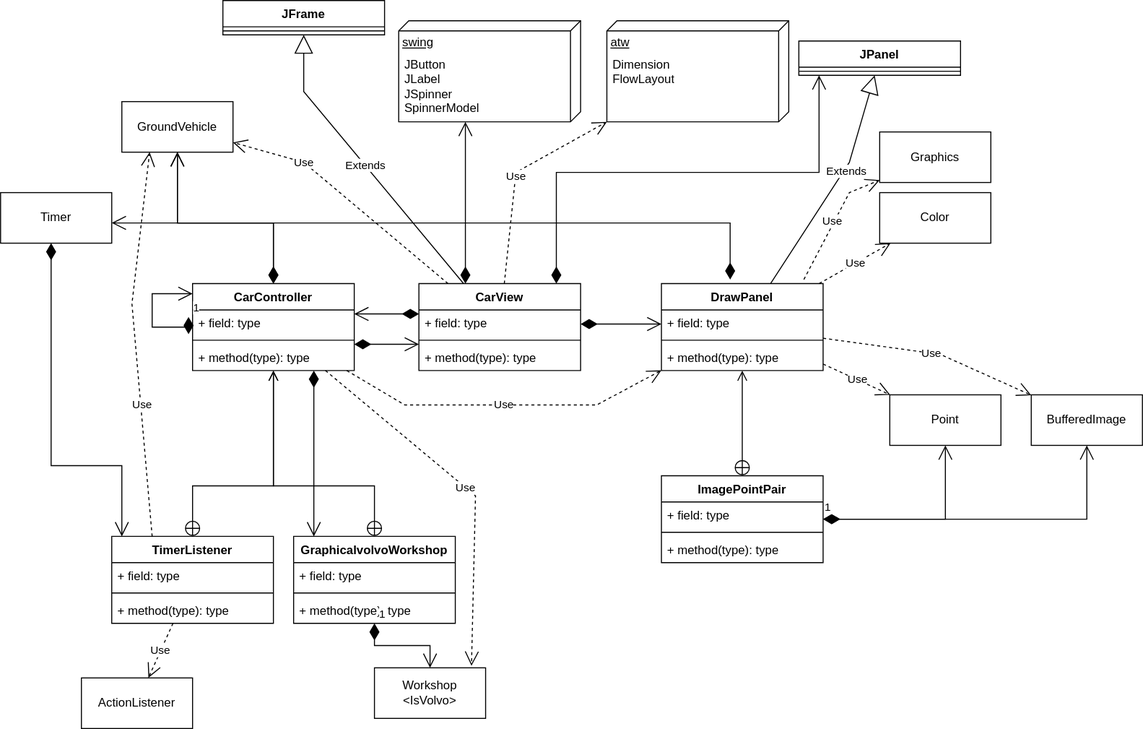
Earlier version of the draw.io export Task2UML.svg (sophucking/Grupp16Labb3). Source tidied: cells renumbered, new cells last; positions are measured from the earlier drawing's top-left corner, leaving out a move shared by most shapes.
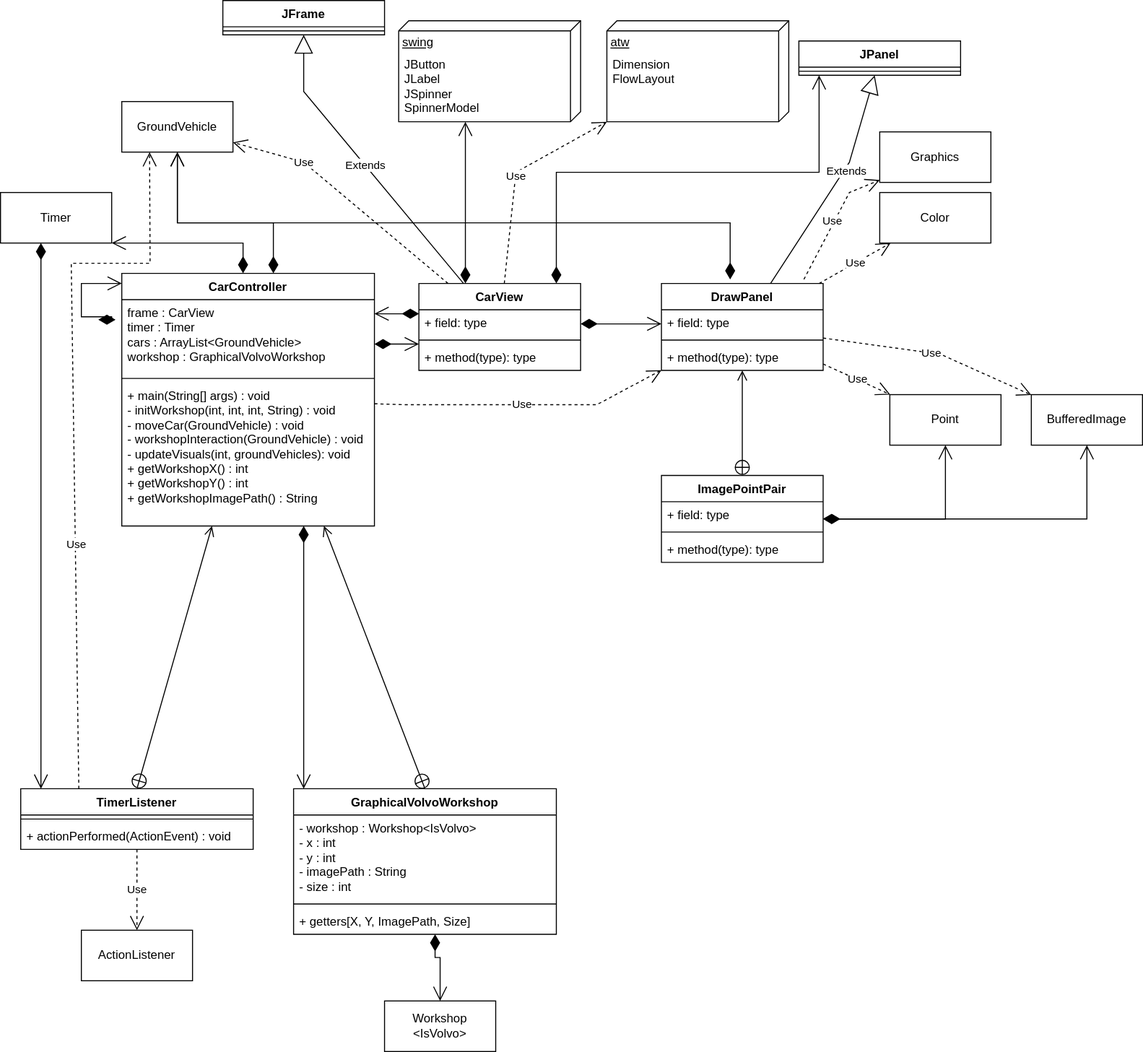
Later version of the same file.

Commit message:
updated UML, CarController and it's private classes done

The edit, as a diff of the source:
```diff
@@ -3,21 +3,22 @@
     <mxCell id="0" />
     <mxCell id="1" parent="0" />
     <mxCell id="2" value="&lt;div&gt;CarController&lt;/div&gt;" style="swimlane;fontStyle=1;align=center;verticalAlign=top;horizontal=1;startSize=26;whiteSpace=wrap;html=1;" parent="1" vertex="1">
-      <mxGeometry x="190" y="280" width="160" height="86" as="geometry" />
+      <mxGeometry x="120" y="270" width="250" height="250" as="geometry" />
     </mxCell>
-    <mxCell id="3" value="+ field: type" style="text;strokeColor=none;fillColor=none;align=left;verticalAlign=top;spacingLeft=4;spacingRight=4;overflow=hidden;points=[[0,0.5],[1,0.5]];portConstraint=eastwest;whiteSpace=wrap;html=1;" parent="2" vertex="1">
-      <mxGeometry y="26" width="160" height="26" as="geometry" />
+    <mxCell id="3" value="&lt;div&gt;frame : CarView&lt;/div&gt;&lt;div&gt;timer : Timer&lt;/div&gt;&lt;div&gt;cars : ArrayList&amp;lt;GroundVehicle&amp;gt;&lt;/div&gt;&lt;div&gt;workshop : GraphicalVolvoWorkshop&lt;br&gt;&lt;/div&gt;" style="text;strokeColor=none;fillColor=none;align=left;verticalAlign=top;spacingLeft=4;spacingRight=4;overflow=hidden;points=[[0,0.5],[1,0.5]];portConstraint=eastwest;whiteSpace=wrap;html=1;" parent="2" vertex="1">
+      <mxGeometry y="26" width="250" height="74" as="geometry" />
     </mxCell>
     <mxCell id="4" style="line;strokeWidth=1;fillColor=none;align=left;verticalAlign=middle;spacingTop=-1;spacingLeft=3;spacingRight=3;labelPosition=right;strokeColor=inherit;" parent="2" vertex="1">
-      <mxGeometry y="52" width="160" height="8" as="geometry" />
+      <mxGeometry y="100" width="250" height="8" as="geometry" />
     </mxCell>
-    <mxCell id="5" value="+ method(type): type" style="text;strokeColor=none;fillColor=none;align=left;verticalAlign=top;spacingLeft=4;spacingRight=4;overflow=hidden;points=[[0,0.5],[1,0.5]];portConstraint=eastwest;whiteSpace=wrap;html=1;" parent="2" vertex="1">
-      <mxGeometry y="60" width="160" height="26" as="geometry" />
+    <mxCell id="5" value="&lt;div&gt;+ main(String[] args) : void&lt;/div&gt;&lt;div&gt;- initWorkshop(int, int, int, String) : void&lt;/div&gt;&lt;div&gt;- moveCar(GroundVehicle) : void&lt;br&gt;&lt;/div&gt;&lt;div&gt;- workshopInteraction(GroundVehicle) : void&lt;/div&gt;&lt;div&gt;- updateVisuals(int, groundVehicles): void&lt;/div&gt;&lt;div&gt;+ getWorkshopX() : int&lt;/div&gt;&lt;div&gt;+ getWorkshopY() : int&lt;/div&gt;&lt;div&gt;+ getWorkshopImagePath() : String&lt;br&gt;&lt;/div&gt;" style="text;strokeColor=none;fillColor=none;align=left;verticalAlign=top;spacingLeft=4;spacingRight=4;overflow=hidden;points=[[0,0.5],[1,0.5]];portConstraint=eastwest;whiteSpace=wrap;html=1;" parent="2" vertex="1">
+      <mxGeometry y="108" width="250" height="142" as="geometry" />
     </mxCell>
-    <mxCell id="6" value="1" style="endArrow=open;html=1;endSize=12;startArrow=diamondThin;startSize=14;startFill=1;edgeStyle=orthogonalEdgeStyle;align=left;verticalAlign=bottom;rounded=0;exitX=-0.025;exitY=0.269;exitDx=0;exitDy=0;exitPerimeter=0;" parent="2" edge="1" source="3" target="2">
+    <mxCell id="6" value="1" style="endArrow=open;html=1;endSize=12;startArrow=diamondThin;startSize=14;startFill=1;edgeStyle=orthogonalEdgeStyle;align=left;verticalAlign=bottom;rounded=0;exitX=-0.025;exitY=0.269;exitDx=0;exitDy=0;exitPerimeter=0;fontColor=none;noLabel=1;" parent="2" edge="1" source="3" target="2">
       <mxGeometry x="-1" y="3" relative="1" as="geometry">
         <Array as="points">
-          <mxPoint x="-4" y="43" />
+          <mxPoint x="-10" y="46" />
+          <mxPoint x="-10" y="43" />
           <mxPoint x="-40" y="43" />
           <mxPoint x="-40" y="10" />
         </Array>
@@ -47,64 +48,49 @@
     <mxCell id="14" value="+ method(type): type" style="text;strokeColor=none;fillColor=none;align=left;verticalAlign=top;spacingLeft=4;spacingRight=4;overflow=hidden;whiteSpace=wrap;html=1;" parent="11" vertex="1">
       <mxGeometry y="60" width="160" height="26" as="geometry" />
     </mxCell>
-    <mxCell id="15" value="&lt;div&gt;GraphicalvolvoWorkshop&lt;/div&gt;" style="swimlane;fontStyle=1;align=center;verticalAlign=top;horizontal=1;startSize=26;whiteSpace=wrap;html=1;" parent="1" vertex="1">
-      <mxGeometry x="290" y="530" width="160" height="86" as="geometry" />
+    <mxCell id="15" value="&lt;div&gt;GraphicalVolvoWorkshop&lt;/div&gt;" style="swimlane;fontStyle=1;align=center;verticalAlign=top;horizontal=1;startSize=26;whiteSpace=wrap;html=1;" parent="1" vertex="1">
+      <mxGeometry x="290" y="780" width="260" height="144" as="geometry" />
     </mxCell>
-    <mxCell id="16" value="+ field: type" style="text;strokeColor=none;fillColor=none;align=left;verticalAlign=top;spacingLeft=4;spacingRight=4;overflow=hidden;whiteSpace=wrap;html=1;" parent="15" vertex="1">
-      <mxGeometry y="26" width="160" height="26" as="geometry" />
+    <mxCell id="16" value="&lt;div&gt;- workshop : Workshop&amp;lt;IsVolvo&amp;gt;&lt;/div&gt;&lt;div&gt;- x : int&lt;/div&gt;&lt;div&gt;- y : int&lt;/div&gt;&lt;div&gt;- imagePath : String&lt;/div&gt;&lt;div&gt;- size : int&lt;/div&gt;" style="text;strokeColor=none;fillColor=none;align=left;verticalAlign=top;spacingLeft=4;spacingRight=4;overflow=hidden;whiteSpace=wrap;html=1;" parent="15" vertex="1">
+      <mxGeometry y="26" width="260" height="84" as="geometry" />
     </mxCell>
     <mxCell id="17" style="line;strokeWidth=1;fillColor=none;align=left;verticalAlign=middle;spacingTop=-1;spacingLeft=3;spacingRight=3;labelPosition=right;strokeColor=inherit;" parent="15" vertex="1">
-      <mxGeometry y="52" width="160" height="8" as="geometry" />
+      <mxGeometry y="110" width="260" height="8" as="geometry" />
     </mxCell>
-    <mxCell id="18" value="+ method(type): type" style="text;strokeColor=none;fillColor=none;align=left;verticalAlign=top;spacingLeft=4;spacingRight=4;overflow=hidden;whiteSpace=wrap;html=1;" parent="15" vertex="1">
-      <mxGeometry y="60" width="160" height="26" as="geometry" />
+    <mxCell id="18" value="+ getters[X, Y, ImagePath, Size]" style="text;strokeColor=none;fillColor=none;align=left;verticalAlign=top;spacingLeft=4;spacingRight=4;overflow=hidden;whiteSpace=wrap;html=1;" parent="15" vertex="1">
+      <mxGeometry y="118" width="260" height="26" as="geometry" />
     </mxCell>
-    <mxCell id="19" style="endArrow=open;startArrow=circlePlus;endFill=0;startFill=0;endSize=8;html=1;rounded=0;exitX=0.5;exitY=0;exitDx=0;exitDy=0;" parent="1" edge="1" source="15" target="2">
-      <mxGeometry relative="1" as="geometry">
-        <Array as="points">
-          <mxPoint x="370" y="480" />
-          <mxPoint x="270" y="480" />
-        </Array>
-      </mxGeometry>
+    <mxCell id="19" style="endArrow=open;startArrow=circlePlus;endFill=0;startFill=0;endSize=8;html=1;rounded=0;exitX=0.5;exitY=0;exitDx=0;exitDy=0;entryX=0.8;entryY=1;entryDx=0;entryDy=0;entryPerimeter=0;" parent="1" edge="1" source="15" target="5">
+      <mxGeometry relative="1" as="geometry" />
     </mxCell>
     <mxCell id="20" value="TimerListener" style="swimlane;fontStyle=1;align=center;verticalAlign=top;horizontal=1;startSize=26;whiteSpace=wrap;html=1;" parent="1" vertex="1">
-      <mxGeometry x="110" y="530" width="160" height="86" as="geometry" />
+      <mxGeometry x="20" y="780" width="230" height="60" as="geometry" />
     </mxCell>
-    <mxCell id="21" value="+ field: type" style="text;strokeColor=none;fillColor=none;align=left;verticalAlign=top;spacingLeft=4;spacingRight=4;overflow=hidden;whiteSpace=wrap;html=1;" parent="20" vertex="1">
-      <mxGeometry y="26" width="160" height="26" as="geometry" />
-    </mxCell>
     <mxCell id="22" style="line;strokeWidth=1;fillColor=none;align=left;verticalAlign=middle;spacingTop=-1;spacingLeft=3;spacingRight=3;labelPosition=right;strokeColor=inherit;" parent="20" vertex="1">
-      <mxGeometry y="52" width="160" height="8" as="geometry" />
+      <mxGeometry y="26" width="230" height="8" as="geometry" />
     </mxCell>
-    <mxCell id="23" value="+ method(type): type" style="text;strokeColor=none;fillColor=none;align=left;verticalAlign=top;spacingLeft=4;spacingRight=4;overflow=hidden;whiteSpace=wrap;html=1;" parent="20" vertex="1">
-      <mxGeometry y="60" width="160" height="26" as="geometry" />
+    <mxCell id="23" value="+ actionPerformed(ActionEvent) : void" style="text;strokeColor=none;fillColor=none;align=left;verticalAlign=top;spacingLeft=4;spacingRight=4;overflow=hidden;whiteSpace=wrap;html=1;fontSize=12;" parent="20" vertex="1">
+      <mxGeometry y="34" width="230" height="26" as="geometry" />
     </mxCell>
     <mxCell id="24" style="endArrow=open;startArrow=circlePlus;endFill=0;startFill=0;endSize=8;html=1;rounded=0;exitX=0.5;exitY=0;exitDx=0;exitDy=0;" parent="1" edge="1" source="20" target="2">
-      <mxGeometry relative="1" as="geometry">
-        <Array as="points">
-          <mxPoint x="190" y="480" />
-          <mxPoint x="270" y="480" />
-        </Array>
-      </mxGeometry>
+      <mxGeometry relative="1" as="geometry" />
     </mxCell>
     <mxCell id="25" value="&lt;div&gt;Workshop&lt;/div&gt;&lt;div&gt;&amp;lt;IsVolvo&amp;gt;&lt;/div&gt;" style="html=1;whiteSpace=wrap;" parent="1" vertex="1">
-      <mxGeometry x="370" y="660" width="110" height="50" as="geometry" />
+      <mxGeometry x="380" y="990" width="110" height="50" as="geometry" />
     </mxCell>
-    <mxCell id="26" value="1" style="endArrow=open;html=1;endSize=12;startArrow=diamondThin;startSize=14;startFill=1;edgeStyle=orthogonalEdgeStyle;align=left;verticalAlign=bottom;rounded=0;entryX=0.5;entryY=0;entryDx=0;entryDy=0;" parent="1" edge="1" source="15" target="25">
-      <mxGeometry x="-1" y="3" relative="1" as="geometry" />
+    <mxCell id="26" value="1" style="endArrow=open;html=1;endSize=12;startArrow=diamondThin;startSize=14;startFill=1;edgeStyle=orthogonalEdgeStyle;align=left;verticalAlign=bottom;rounded=0;fontColor=none;noLabel=1;" parent="1" edge="1" source="15" target="25">
+      <mxGeometry x="-1" y="3" relative="1" as="geometry">
+        <Array as="points">
+          <mxPoint x="430" y="947" />
+          <mxPoint x="435" y="947" />
+        </Array>
+      </mxGeometry>
     </mxCell>
-    <mxCell id="27" value="Use" style="endArrow=open;endSize=12;dashed=1;html=1;rounded=0;entryX=0.873;entryY=-0.04;entryDx=0;entryDy=0;entryPerimeter=0;" parent="1" edge="1" source="2" target="25">
-      <mxGeometry relative="1" as="geometry">
-        <Array as="points">
-          <mxPoint x="470" y="490" />
-        </Array>
-      </mxGeometry>
-    </mxCell>
     <mxCell id="28" value="1" style="endArrow=open;html=1;endSize=12;startArrow=diamondThin;startSize=14;startFill=1;edgeStyle=orthogonalEdgeStyle;align=left;verticalAlign=bottom;rounded=0;fontColor=none;noLabel=1;labelBackgroundColor=none;" parent="1" edge="1" source="2" target="15">
       <mxGeometry x="-1" y="3" relative="1" as="geometry">
         <Array as="points">
-          <mxPoint x="310" y="390" />
-          <mxPoint x="310" y="390" />
+          <mxPoint x="300" y="620" />
+          <mxPoint x="300" y="620" />
         </Array>
       </mxGeometry>
     </mxCell>
@@ -153,7 +139,7 @@
       <mxGeometry x="600" y="50" width="166" height="70" as="geometry" />
     </mxCell>
     <mxCell id="37" value="ActionListener" style="html=1;whiteSpace=wrap;" parent="1" vertex="1">
-      <mxGeometry x="80" y="670" width="110" height="50" as="geometry" />
+      <mxGeometry x="80" y="920" width="110" height="50" as="geometry" />
     </mxCell>
     <mxCell id="38" value="Use" style="endArrow=open;endSize=12;dashed=1;html=1;rounded=0;" parent="1" edge="1" source="20" target="37">
       <mxGeometry relative="1" as="geometry" />
@@ -246,10 +232,10 @@
         </Array>
       </mxGeometry>
     </mxCell>
-    <mxCell id="58" value="1" style="endArrow=open;html=1;endSize=12;startArrow=diamondThin;startSize=14;startFill=1;edgeStyle=orthogonalEdgeStyle;align=left;verticalAlign=bottom;rounded=0;" parent="1" edge="1" source="45" target="52">
+    <mxCell id="58" value="1" style="endArrow=open;html=1;endSize=12;startArrow=diamondThin;startSize=14;startFill=1;edgeStyle=orthogonalEdgeStyle;align=left;verticalAlign=bottom;rounded=0;fontColor=none;noLabel=1;" parent="1" edge="1" source="45" target="52">
       <mxGeometry x="-1" y="3" relative="1" as="geometry" />
     </mxCell>
-    <mxCell id="59" value="1" style="endArrow=open;html=1;endSize=12;startArrow=diamondThin;startSize=14;startFill=1;edgeStyle=orthogonalEdgeStyle;align=left;verticalAlign=bottom;rounded=0;" parent="1" edge="1" source="45" target="54">
+    <mxCell id="59" value="1" style="endArrow=open;html=1;endSize=12;startArrow=diamondThin;startSize=14;startFill=1;edgeStyle=orthogonalEdgeStyle;align=left;verticalAlign=bottom;rounded=0;fontColor=none;noLabel=1;" parent="1" edge="1" source="45" target="54">
       <mxGeometry x="-1" y="3" relative="1" as="geometry" />
     </mxCell>
     <mxCell id="60" value="Timer" style="html=1;whiteSpace=wrap;" parent="1" vertex="1">
@@ -258,23 +244,23 @@
     <mxCell id="61" value="1" style="endArrow=open;html=1;endSize=12;startArrow=diamondThin;startSize=14;startFill=1;edgeStyle=orthogonalEdgeStyle;align=left;verticalAlign=bottom;rounded=0;fontColor=none;noLabel=1;" parent="1" edge="1" source="2" target="60">
       <mxGeometry x="-1" y="3" relative="1" as="geometry">
         <Array as="points">
-          <mxPoint x="270" y="220" />
-          <mxPoint x="100" y="220" />
+          <mxPoint x="240" y="240" />
         </Array>
       </mxGeometry>
     </mxCell>
     <mxCell id="62" value="1" style="endArrow=open;html=1;endSize=12;startArrow=diamondThin;startSize=14;startFill=1;edgeStyle=orthogonalEdgeStyle;align=left;verticalAlign=bottom;rounded=0;fontColor=none;noLabel=1;" parent="1" edge="1" source="60" target="20">
       <mxGeometry x="-1" y="3" relative="1" as="geometry">
         <Array as="points">
-          <mxPoint x="50" y="460" />
-          <mxPoint x="120" y="460" />
+          <mxPoint x="40" y="300" />
+          <mxPoint x="40" y="300" />
         </Array>
       </mxGeometry>
     </mxCell>
     <mxCell id="63" value="Use" style="endArrow=open;endSize=12;dashed=1;html=1;rounded=0;entryX=0.25;entryY=1;entryDx=0;entryDy=0;exitX=0.25;exitY=0;exitDx=0;exitDy=0;" parent="1" edge="1" source="20" target="39">
       <mxGeometry x="-0.32" y="-1" relative="1" as="geometry">
         <Array as="points">
-          <mxPoint x="130" y="300" />
+          <mxPoint x="70" y="260" />
+          <mxPoint x="148" y="260" />
         </Array>
       </mxGeometry>
     </mxCell>
```
